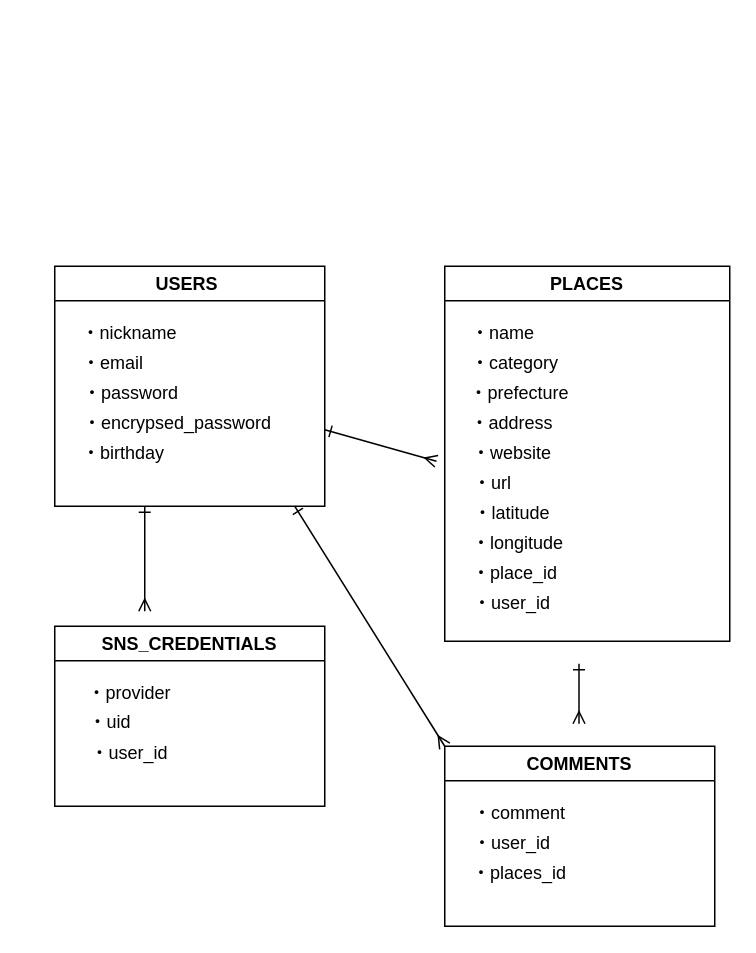
Before: mu5.dio in ayako-k2/mu5, a draw.io diagram. Source tidied: cells renumbered, new cells numbered last; positions are measured from the earlier drawing's top-left corner, leaving out a move shared by most shapes. Both pictures are drawn from the tidied source at 150%, with x=0, y=0 at pixel (34, 266).
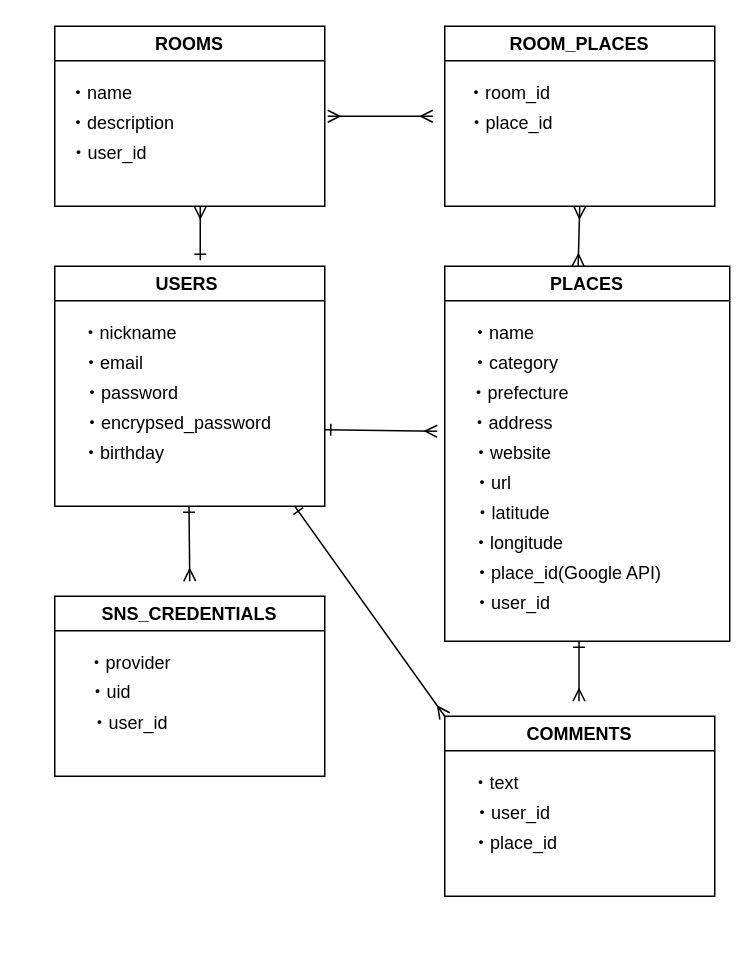
The same page after the edit.

Unchanged cells that the change refers to:
```xml
<mxCell id="2" value="USERS&amp;nbsp;" style="swimlane;whiteSpace=wrap;html=1;" parent="1" vertex="1">
  <mxGeometry x="13" width="180" height="160" as="geometry" />
</mxCell>
<mxCell id="8" value="PLACES" style="swimlane;whiteSpace=wrap;html=1;" parent="1" vertex="1">
  <mxGeometry x="273" width="190" height="250" as="geometry" />
</mxCell>
<mxCell id="12" value="・url" style="text;html=1;strokeColor=none;fillColor=none;align=center;verticalAlign=middle;whiteSpace=wrap;rounded=0;" parent="8" vertex="1">
  <mxGeometry x="-43" y="130" width="150" height="30" as="geometry" />
</mxCell>
<mxCell id="13" value="・website" style="text;html=1;strokeColor=none;fillColor=none;align=center;verticalAlign=middle;whiteSpace=wrap;rounded=0;" parent="8" vertex="1">
  <mxGeometry x="-5" y="110" width="100" height="30" as="geometry" />
</mxCell>
```

The edit, as a diff of the source:
```diff
@@
-    <mxCell id="16" value="・place_id" style="text;html=1;strokeColor=none;fillColor=none;align=center;verticalAlign=middle;whiteSpace=wrap;rounded=0;" parent="8" vertex="1">
-      <mxGeometry x="-28" y="190" width="150" height="30" as="geometry" />
+    <mxCell id="16" value="・place_id(Google API)" style="text;html=1;strokeColor=none;fillColor=none;align=center;verticalAlign=middle;whiteSpace=wrap;rounded=0;" parent="8" vertex="1">
+      <mxGeometry x="7" y="190" width="150" height="30" as="geometry" />
     </mxCell>
@@
     <mxCell id="19" value="COMMENTS" style="swimlane;whiteSpace=wrap;html=1;" parent="1" vertex="1">
-      <mxGeometry x="273" y="320" width="180" height="120" as="geometry" />
+      <mxGeometry x="273" y="300" width="180" height="120" as="geometry" />
     </mxCell>
-    <mxCell id="20" value="・comment" style="text;html=1;strokeColor=none;fillColor=none;align=center;verticalAlign=middle;whiteSpace=wrap;rounded=0;" parent="19" vertex="1">
-      <mxGeometry y="30" width="100" height="30" as="geometry" />
+    <mxCell id="20" value="・text" style="text;html=1;strokeColor=none;fillColor=none;align=center;verticalAlign=middle;whiteSpace=wrap;rounded=0;" parent="19" vertex="1">
+      <mxGeometry x="-16" y="30" width="100" height="30" as="geometry" />
     </mxCell>
@@
-    <mxCell id="22" value="・places_id" style="text;html=1;strokeColor=none;fillColor=none;align=center;verticalAlign=middle;whiteSpace=wrap;rounded=0;" parent="19" vertex="1">
-      <mxGeometry y="70" width="100" height="30" as="geometry" />
+    <mxCell id="22" value="・place_id" style="text;html=1;strokeColor=none;fillColor=none;align=center;verticalAlign=middle;whiteSpace=wrap;rounded=0;" parent="19" vertex="1">
+      <mxGeometry x="-3" y="70" width="100" height="30" as="geometry" />
     </mxCell>
-    <mxCell id="23" style="endArrow=ERmany;html=1;entryX=0.25;entryY=0;entryDx=0;entryDy=0;endFill=0;startArrow=ERone;startFill=0;" parent="1" edge="1" target="12">
+    <mxCell id="23" style="endArrow=ERmany;html=1;entryX=0;entryY=0;entryDx=0;entryDy=0;endFill=0;startArrow=ERone;startFill=0;" parent="1" edge="1" target="13">
       <mxGeometry relative="1" as="geometry">
         <mxPoint x="193" y="109" as="sourcePoint" />
       </mxGeometry>
     </mxCell>
     <mxCell id="24" style="endArrow=ERmany;html=1;endFill=0;startArrow=ERone;startFill=0;" parent="1" edge="1">
       <mxGeometry relative="1" as="geometry">
-        <mxPoint x="362.5" y="265" as="sourcePoint" />
-        <mxPoint x="362.5" y="305" as="targetPoint" />
+        <mxPoint x="362.5" y="250" as="sourcePoint" />
+        <mxPoint x="362.5" y="290" as="targetPoint" />
       </mxGeometry>
     </mxCell>
-    <mxCell id="25" style="endArrow=ERmany;html=1;entryX=0;entryY=0;entryDx=0;entryDy=0;endFill=0;startArrow=ERone;startFill=0;" parent="1" edge="1" target="19">
+    <mxCell id="25" style="endArrow=ERmany;html=1;endFill=0;startArrow=ERone;startFill=0;entryX=0;entryY=0;entryDx=0;entryDy=0;" parent="1" edge="1" target="19">
       <mxGeometry relative="1" as="geometry">
         <mxPoint x="173" y="160" as="sourcePoint" />
       </mxGeometry>
     </mxCell>
     <mxCell id="26" value="SNS_CREDENTIALS" style="swimlane;whiteSpace=wrap;html=1;" parent="1" vertex="1">
-      <mxGeometry x="13" y="240" width="180" height="120" as="geometry" />
+      <mxGeometry x="13" y="220" width="180" height="120" as="geometry" />
     </mxCell>
@@
     <mxCell id="30" style="endArrow=ERmany;html=1;endFill=0;startArrow=ERone;startFill=0;" parent="1" edge="1">
       <mxGeometry relative="1" as="geometry">
-        <mxPoint x="73" y="160" as="sourcePoint" />
-        <mxPoint x="73" y="230" as="targetPoint" />
+        <mxPoint x="102.5" y="160" as="sourcePoint" />
+        <mxPoint x="103" y="210" as="targetPoint" />
       </mxGeometry>
     </mxCell>
+    <mxCell id="31" value="ROOMS" style="swimlane;whiteSpace=wrap;html=1;" parent="1" vertex="1">
+      <mxGeometry x="13" y="-160" width="180" height="120" as="geometry" />
+    </mxCell>
+    <mxCell id="32" value="・name" style="text;html=1;strokeColor=none;fillColor=none;align=center;verticalAlign=middle;whiteSpace=wrap;rounded=0;" parent="31" vertex="1">
+      <mxGeometry x="-19" y="30" width="100" height="30" as="geometry" />
+    </mxCell>
+    <mxCell id="33" value="・description" style="text;html=1;strokeColor=none;fillColor=none;align=center;verticalAlign=middle;whiteSpace=wrap;rounded=0;" parent="31" vertex="1">
+      <mxGeometry x="-5" y="50" width="100" height="30" as="geometry" />
+    </mxCell>
+    <mxCell id="34" value="・user_id" style="text;html=1;strokeColor=none;fillColor=none;align=center;verticalAlign=middle;whiteSpace=wrap;rounded=0;" parent="31" vertex="1">
+      <mxGeometry x="-14" y="70" width="100" height="30" as="geometry" />
+    </mxCell>
+    <mxCell id="35" value="ROOM_PLACES" style="swimlane;whiteSpace=wrap;html=1;" parent="1" vertex="1">
+      <mxGeometry x="273" y="-160" width="180" height="120" as="geometry" />
+    </mxCell>
+    <mxCell id="36" value="・room_id" style="text;html=1;strokeColor=none;fillColor=none;align=center;verticalAlign=middle;whiteSpace=wrap;rounded=0;" parent="35" vertex="1">
+      <mxGeometry x="-7" y="30" width="100" height="30" as="geometry" />
+    </mxCell>
+    <mxCell id="37" value="・place_id" style="text;html=1;strokeColor=none;fillColor=none;align=center;verticalAlign=middle;whiteSpace=wrap;rounded=0;" parent="35" vertex="1">
+      <mxGeometry x="-6" y="50" width="100" height="30" as="geometry" />
+    </mxCell>
+    <mxCell id="38" style="endArrow=ERmany;html=1;endFill=0;startArrow=ERone;startFill=0;exitX=0.539;exitY=-0.025;exitDx=0;exitDy=0;exitPerimeter=0;" parent="1" edge="1" source="2">
+      <mxGeometry relative="1" as="geometry">
+        <mxPoint x="110" y="-40" as="targetPoint" />
+      </mxGeometry>
+    </mxCell>
+    <mxCell id="39" style="endArrow=ERmany;html=1;endFill=0;startArrow=ERmany;startFill=0;exitX=1;exitY=0.5;exitDx=0;exitDy=0;" parent="1" edge="1">
+      <mxGeometry relative="1" as="geometry">
+        <mxPoint x="195" y="-100" as="sourcePoint" />
+        <mxPoint x="265" y="-100" as="targetPoint" />
+      </mxGeometry>
+    </mxCell>
+    <mxCell id="40" style="endArrow=ERmany;html=1;endFill=0;startArrow=ERmany;startFill=0;exitX=0.468;exitY=0;exitDx=0;exitDy=0;entryX=0.5;entryY=1;entryDx=0;entryDy=0;exitPerimeter=0;" parent="1" edge="1" source="8" target="35">
+      <mxGeometry relative="1" as="geometry" />
+    </mxCell>
```
